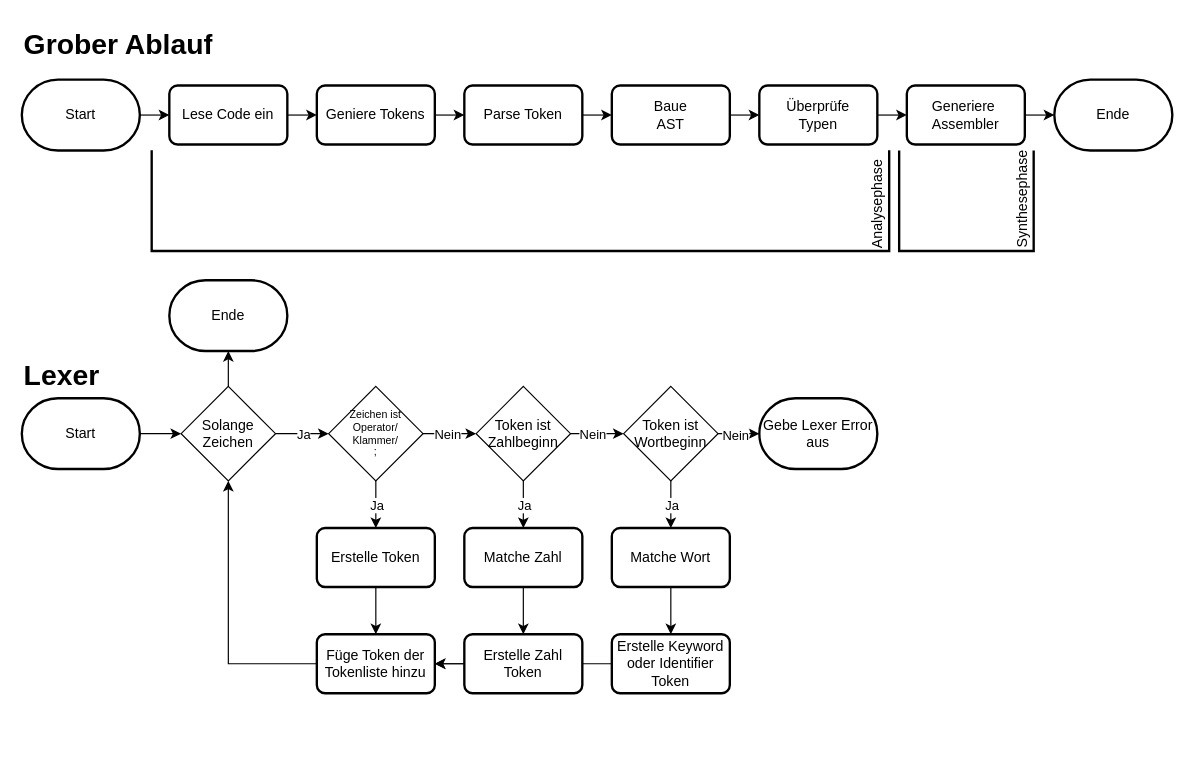
The draw.io diagram Compilerbau.drawio in fbuedding/faul-compiler, before the edit. Source tidied: cells renumbered, new cells numbered last; positions are measured from the earlier drawing's top-left corner, leaving out a move shared by most shapes. Both pictures are drawn from the tidied source at 118%, with x=0, y=0 at pixel (21, -169).
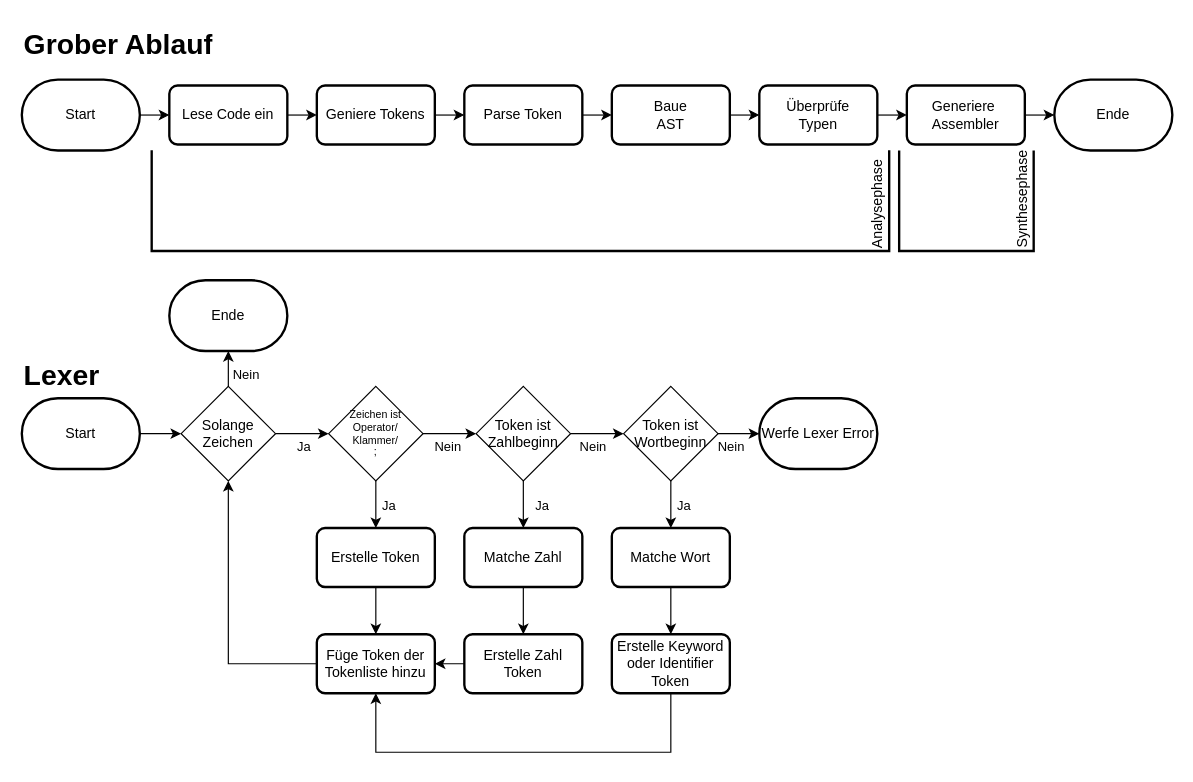
After the change.

Commit message:
added lexer flow

Unchanged cells that the change refers to:
```xml
<mxCell id="23" style="edgeStyle=orthogonalEdgeStyle;rounded=0;jettySize=auto;html=1;" parent="1" edge="1" source="26" target="31">
  <mxGeometry relative="1" as="geometry" />
</mxCell>
<mxCell id="26" value="Solange&lt;div&gt;Zeichen&lt;/div&gt;" style="rhombus;whiteSpace=wrap;html=1;" parent="1" vertex="1">
  <mxGeometry x="135" y="470" width="80" height="80" as="geometry" />
</mxCell>
<mxCell id="27" style="edgeStyle=orthogonalEdgeStyle;rounded=0;jettySize=auto;html=1;" parent="1" edge="1" source="31" target="36">
  <mxGeometry relative="1" as="geometry" />
</mxCell>
<mxCell id="29" style="edgeStyle=orthogonalEdgeStyle;rounded=0;jettySize=auto;html=1;" parent="1" edge="1" source="31" target="52">
  <mxGeometry relative="1" as="geometry" />
</mxCell>
<mxCell id="32" style="edgeStyle=orthogonalEdgeStyle;rounded=0;jettySize=auto;html=1;" parent="1" edge="1" source="36" target="41">
  <mxGeometry relative="1" as="geometry" />
</mxCell>
<mxCell id="34" style="edgeStyle=orthogonalEdgeStyle;rounded=0;jettySize=auto;html=1;" parent="1" edge="1" source="36" target="48">
  <mxGeometry relative="1" as="geometry" />
</mxCell>
<mxCell id="37" style="edgeStyle=orthogonalEdgeStyle;rounded=0;jettySize=auto;html=1;" parent="1" edge="1" source="41" target="42">
  <mxGeometry relative="1" as="geometry" />
</mxCell>
<mxCell id="39" style="edgeStyle=orthogonalEdgeStyle;rounded=0;jettySize=auto;html=1;" parent="1" edge="1" source="41" target="44">
  <mxGeometry relative="1" as="geometry" />
</mxCell>
<mxCell id="46" value="Erstelle Keyword oder Identifier&lt;div&gt;Token&lt;/div&gt;" style="rounded=1;whiteSpace=wrap;html=1;absoluteArcSize=1;arcSize=14;strokeWidth=2;" parent="1" vertex="1">
  <mxGeometry x="500" y="680" width="100" height="50" as="geometry" />
</mxCell>
<mxCell id="54" value="Füge Token der Tokenliste hinzu" style="rounded=1;whiteSpace=wrap;html=1;absoluteArcSize=1;arcSize=14;strokeWidth=2;" parent="1" vertex="1">
  <mxGeometry x="250" y="680" width="100" height="50" as="geometry" />
</mxCell>
<mxCell id="55" value="Ende" style="strokeWidth=2;html=1;shape=mxgraph.flowchart.terminator;whiteSpace=wrap;" parent="1" vertex="1">
  <mxGeometry x="125" y="380" width="100" height="60" as="geometry" />
</mxCell>
```

Diff of the diagram source:
```diff
@@
-    <mxCell id="24" value="Ja" style="edgeLabel;html=1;align=center;verticalAlign=middle;" parent="23" vertex="1">
+    <mxCell id="24" value="Ja" style="edgeLabel;html=1;align=center;verticalAlign=middle;labelBackgroundColor=none;" parent="23" vertex="1">
       <mxGeometry y="-2" relative="1" as="geometry">
-        <mxPoint y="-2" as="offset" />
+        <mxPoint y="8" as="offset" />
       </mxGeometry>
     </mxCell>
-    <mxCell id="25" style="edgeStyle=orthogonalEdgeStyle;rounded=0;jettySize=auto;html=1;" parent="1" edge="1" source="26" target="55">
-      <mxGeometry relative="1" as="geometry" />
+    <mxCell id="25" value="Nein" style="edgeStyle=orthogonalEdgeStyle;rounded=0;jettySize=auto;html=1;labelBackgroundColor=none;" parent="1" edge="1" source="26" target="55">
+      <mxGeometry x="0.2" y="-15" relative="1" as="geometry" />
     </mxCell>
@@
-    <mxCell id="28" value="Nein" style="edgeLabel;html=1;align=center;verticalAlign=middle;" parent="27" vertex="1">
+    <mxCell id="28" value="Nein" style="edgeLabel;html=1;align=center;verticalAlign=middle;textShadow=0;labelBackgroundColor=none;" parent="27" vertex="1">
       <mxGeometry x="-0.13" y="1" relative="1" as="geometry">
-        <mxPoint y="1" as="offset" />
+        <mxPoint y="11" as="offset" />
       </mxGeometry>
     </mxCell>
@@
-    <mxCell id="30" value="Ja" style="edgeLabel;html=1;align=center;verticalAlign=middle;" parent="29" vertex="1">
+    <mxCell id="30" value="Ja" style="edgeLabel;html=1;align=center;verticalAlign=middle;labelBackgroundColor=none;" parent="29" vertex="1">
       <mxGeometry x="-0.55" relative="1" as="geometry">
-        <mxPoint y="11" as="offset" />
+        <mxPoint x="10" y="11" as="offset" />
       </mxGeometry>
     </mxCell>
@@
-    <mxCell id="33" value="Nein" style="edgeLabel;html=1;align=center;verticalAlign=middle;" parent="32" vertex="1">
+    <mxCell id="33" value="Nein" style="edgeLabel;html=1;align=center;verticalAlign=middle;labelBackgroundColor=none;" parent="32" vertex="1">
       <mxGeometry x="-0.22" y="1" relative="1" as="geometry">
-        <mxPoint y="1" as="offset" />
+        <mxPoint y="11" as="offset" />
       </mxGeometry>
     </mxCell>
@@
-    <mxCell id="35" value="Ja" style="edgeLabel;html=1;align=center;verticalAlign=middle;" parent="34" vertex="1">
+    <mxCell id="35" value="Ja" style="edgeLabel;html=1;align=center;verticalAlign=middle;labelBackgroundColor=none;" parent="34" vertex="1">
       <mxGeometry x="-0.25" y="1" relative="1" as="geometry">
-        <mxPoint x="-1" y="5" as="offset" />
+        <mxPoint x="14" y="5" as="offset" />
       </mxGeometry>
     </mxCell>
@@
-    <mxCell id="38" value="Nein" style="edgeLabel;html=1;align=center;verticalAlign=middle;" parent="37" vertex="1">
-      <mxGeometry x="-0.4" y="-1" relative="1" as="geometry" />
+    <mxCell id="38" value="Nein" style="edgeLabel;html=1;align=center;verticalAlign=middle;labelBackgroundColor=none;" parent="37" vertex="1">
+      <mxGeometry x="-0.4" y="-1" relative="1" as="geometry">
+        <mxPoint x="-4" y="9" as="offset" />
+      </mxGeometry>
     </mxCell>
@@
-    <mxCell id="40" value="Ja" style="edgeLabel;html=1;align=center;verticalAlign=middle;" parent="39" vertex="1">
+    <mxCell id="40" value="Ja" style="edgeLabel;html=1;align=center;verticalAlign=middle;labelBackgroundColor=none;" parent="39" vertex="1">
       <mxGeometry x="-0.4" y="-3" relative="1" as="geometry">
-        <mxPoint x="3" y="8" as="offset" />
+        <mxPoint x="13" y="8" as="offset" />
       </mxGeometry>
     </mxCell>
@@
-    <mxCell id="42" value="Gebe Lexer Error aus" style="strokeWidth=2;html=1;shape=mxgraph.flowchart.terminator;whiteSpace=wrap;" parent="1" vertex="1">
+    <mxCell id="42" value="Werfe Lexer Error" style="strokeWidth=2;html=1;shape=mxgraph.flowchart.terminator;whiteSpace=wrap;" parent="1" vertex="1">
       <mxGeometry x="625" y="480" width="100" height="60" as="geometry" />
     </mxCell>
@@
-    <mxCell id="45" style="edgeStyle=orthogonalEdgeStyle;rounded=0;jettySize=auto;html=1;" parent="1" edge="1" source="46" target="54">
-      <mxGeometry relative="1" as="geometry" />
+    <mxCell id="45" style="edgeStyle=orthogonalEdgeStyle;rounded=0;jettySize=auto;html=1;exitX=0.5;exitY=1;exitDx=0;exitDy=0;" parent="1" edge="1" source="46" target="54">
+      <mxGeometry relative="1" as="geometry">
+        <Array as="points">
+          <mxPoint x="550" y="780" />
+          <mxPoint x="300" y="780" />
+        </Array>
+      </mxGeometry>
     </mxCell>
```
